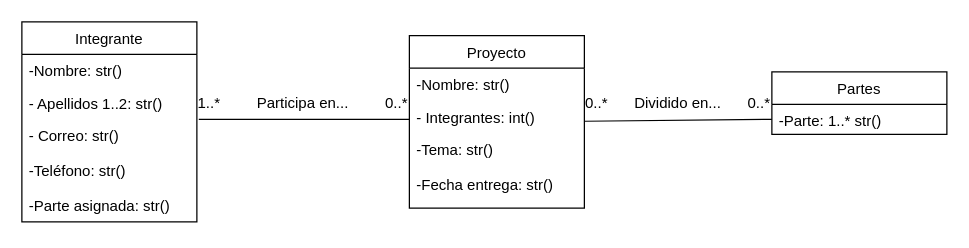
This is ejercicio10.drawio from mgonzalz/ejercicios_grupales, a draw.io file, before an edit. Source tidied: cells renumbered, new cells numbered last; positions are measured from the earlier drawing's top-left corner, leaving out a move shared by most shapes. Both pictures are drawn from the tidied source at 125%, with x=0, y=0 at pixel (21, 21).
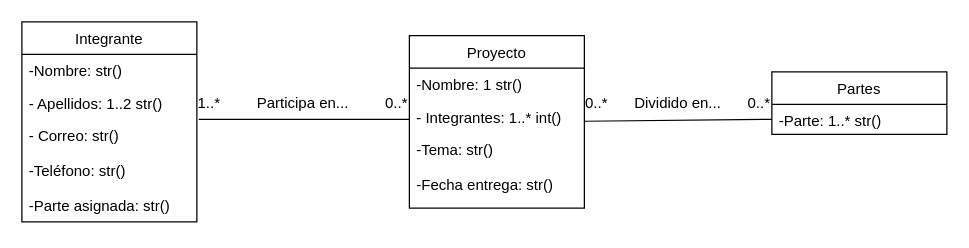
The same diagram, later.

Unchanged cells that the change refers to:
```xml
<mxCell id="2" value="Proyecto" style="swimlane;fontStyle=0;horizontal=1;startSize=26;fillColor=none;" parent="1" vertex="1">
  <mxGeometry x="310" y="11" width="140" height="138" as="geometry" />
</mxCell>
<mxCell id="6" value="Integrante" style="swimlane;fontStyle=0;horizontal=1;startSize=26;fillColor=none;" parent="1" vertex="1">
  <mxGeometry width="140" height="160" as="geometry" />
</mxCell>
```

What changed in the source:
```diff
@@
-    <mxCell id="3" value="-Nombre: str()" style="text;strokeColor=none;fillColor=none;align=left;verticalAlign=top;spacingLeft=4;spacingRight=4;overflow=hidden;" parent="2" vertex="1">
+    <mxCell id="3" value="-Nombre: 1 str()" style="text;strokeColor=none;fillColor=none;align=left;verticalAlign=top;spacingLeft=4;spacingRight=4;overflow=hidden;" parent="2" vertex="1">
       <mxGeometry y="26" width="140" height="26" as="geometry" />
     </mxCell>
-    <mxCell id="4" value="- Integrantes: int()" style="text;strokeColor=none;fillColor=none;align=left;verticalAlign=top;spacingLeft=4;spacingRight=4;overflow=hidden;" parent="2" vertex="1">
+    <mxCell id="4" value="- Integrantes: 1..* int()" style="text;strokeColor=none;fillColor=none;align=left;verticalAlign=top;spacingLeft=4;spacingRight=4;overflow=hidden;" parent="2" vertex="1">
       <mxGeometry y="52" width="140" height="26" as="geometry" />
     </mxCell>
@@
-    <mxCell id="8" value="- Apellidos 1..2: str()" style="text;strokeColor=none;fillColor=none;align=left;verticalAlign=top;spacingLeft=4;spacingRight=4;overflow=hidden;" parent="6" vertex="1">
+    <mxCell id="8" value="- Apellidos: 1..2 str()" style="text;strokeColor=none;fillColor=none;align=left;verticalAlign=top;spacingLeft=4;spacingRight=4;overflow=hidden;" parent="6" vertex="1">
       <mxGeometry y="52" width="140" height="26" as="geometry" />
     </mxCell>
```
